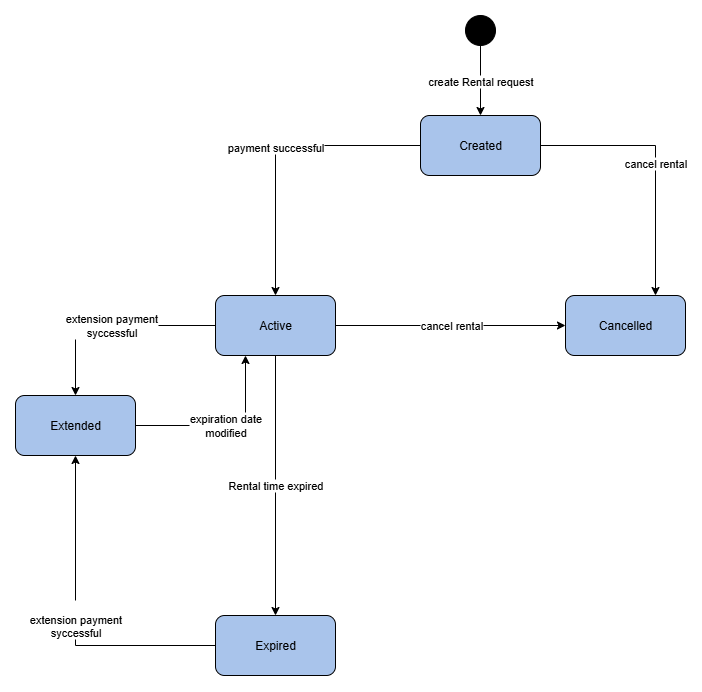
Before: cinema-uml-project/diagrams/state-diagram.drawio.png, a diagram exported from draw.io (karmazio/cpp-programming-course). Source tidied: cells renumbered, new cells last; positions are measured from the earlier drawing's top-left corner, leaving out a move shared by most shapes.
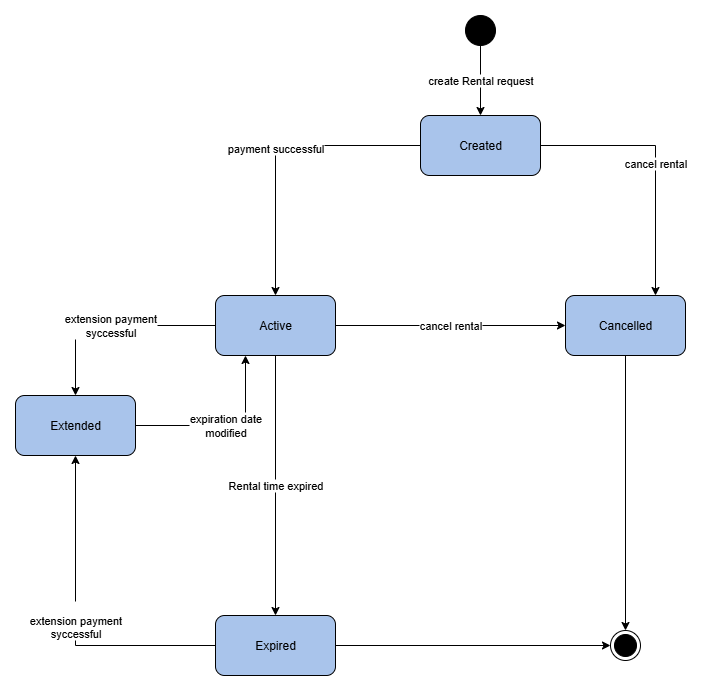
Above is the later version.

Commit message:
Homework 7: second commit UML fixes

The edit, as a diff of the source:
```diff
@@ -32,9 +32,15 @@
     <mxCell id="11" value="&lt;br&gt;&lt;span style=&quot;color: rgb(0, 0, 0); font-family: Helvetica; font-size: 11px; font-style: normal; font-variant-ligatures: normal; font-variant-caps: normal; font-weight: 400; letter-spacing: normal; orphans: 2; text-align: center; text-indent: 0px; text-transform: none; widows: 2; word-spacing: 0px; -webkit-text-stroke-width: 0px; white-space: nowrap; background-color: rgb(255, 255, 255); text-decoration-thickness: initial; text-decoration-style: initial; text-decoration-color: initial; float: none; display: inline !important;&quot;&gt;extension payment&lt;/span&gt;&lt;div style=&quot;forced-color-adjust: none; color: rgb(0, 0, 0); font-family: Helvetica; font-size: 11px; font-style: normal; font-variant-ligatures: normal; font-variant-caps: normal; font-weight: 400; letter-spacing: normal; orphans: 2; text-align: center; text-indent: 0px; text-transform: none; widows: 2; word-spacing: 0px; -webkit-text-stroke-width: 0px; white-space: nowrap; text-decoration-thickness: initial; text-decoration-style: initial; text-decoration-color: initial;&quot;&gt;syccessful&lt;/div&gt;" style="edgeStyle=orthogonalEdgeStyle;rounded=0;jettySize=auto;html=1;entryX=0.5;entryY=1;entryDx=0;entryDy=0;fillColor=#A9C4EB;" parent="1" edge="1" source="12" target="15">
       <mxGeometry relative="1" as="geometry" />
     </mxCell>
+    <mxCell id="16" style="edgeStyle=orthogonalEdgeStyle;rounded=0;jettySize=auto;html=1;entryX=0;entryY=0.5;entryDx=0;entryDy=0;" parent="1" edge="1" source="12" target="18">
+      <mxGeometry relative="1" as="geometry" />
+    </mxCell>
     <mxCell id="12" value="Expired" style="rounded=1;whiteSpace=wrap;html=1;fillColor=#A9C4EB;" parent="1" vertex="1">
       <mxGeometry x="200" y="600" width="120" height="60" as="geometry" />
     </mxCell>
+    <mxCell id="17" style="edgeStyle=orthogonalEdgeStyle;rounded=0;jettySize=auto;html=1;entryX=0.5;entryY=0;entryDx=0;entryDy=0;" parent="1" edge="1" source="13" target="18">
+      <mxGeometry relative="1" as="geometry" />
+    </mxCell>
     <mxCell id="13" value="Cancelled" style="rounded=1;whiteSpace=wrap;html=1;fillColor=#A9C4EB;" parent="1" vertex="1">
       <mxGeometry x="550" y="280" width="120" height="60" as="geometry" />
     </mxCell>
@@ -44,5 +50,8 @@
     <mxCell id="15" value="Extended" style="rounded=1;whiteSpace=wrap;html=1;fillColor=#A9C4EB;" parent="1" vertex="1">
       <mxGeometry y="380" width="120" height="60" as="geometry" />
     </mxCell>
+    <mxCell id="18" style="ellipse;html=1;shape=endState;fillColor=#000000;strokeColor=#000000;" parent="1" vertex="1">
+      <mxGeometry x="595" y="615" width="30" height="30" as="geometry" />
+    </mxCell>
   </root>
 </mxGraphModel>
```
